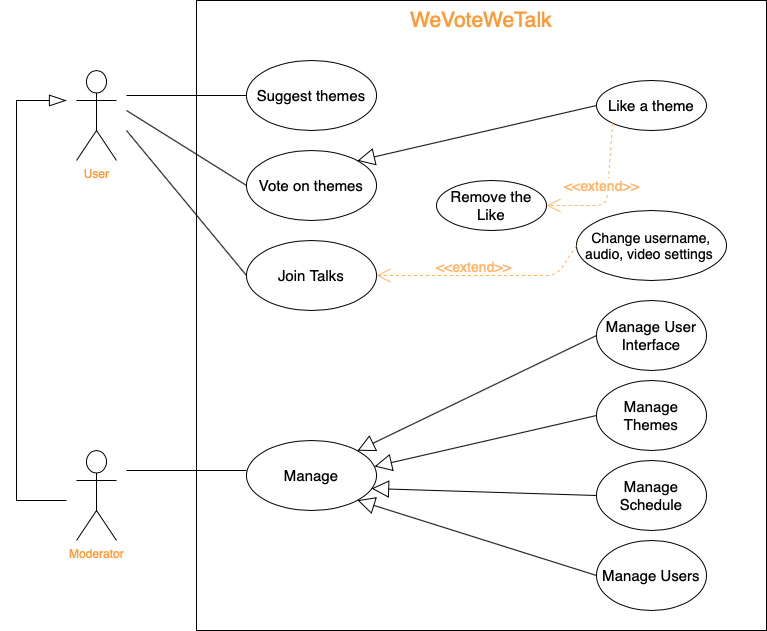
Before: docs/images/use-cases-diagram.png, a diagram exported from draw.io (FEUP-ESOF-2020-21/open-cx-t5g1-wevotewetalk). Source tidied: cells renumbered, new cells last; positions are measured from the earlier drawing's top-left corner, leaving out a move shared by most shapes. The source it was exported from:
```xml
<mxGraphModel>
  <root>
    <mxCell id="0" />
    <mxCell id="1" parent="0" />
    <mxCell id="2" value="&lt;font color=&quot;#ff9933&quot;&gt;User&lt;/font&gt;" style="shape=umlActor;verticalLabelPosition=bottom;verticalAlign=top;html=1;" parent="1" vertex="1">
      <mxGeometry x="60" y="70" width="40" height="90" as="geometry" />
    </mxCell>
    <mxCell id="3" value="&lt;font color=&quot;#ff9933&quot;&gt;Moderator&lt;/font&gt;" style="shape=umlActor;verticalLabelPosition=bottom;verticalAlign=top;html=1;" parent="1" vertex="1">
      <mxGeometry x="60" y="450" width="40" height="90" as="geometry" />
    </mxCell>
    <mxCell id="4" style="rounded=0;whiteSpace=wrap;html=1;" parent="1" vertex="1">
      <mxGeometry x="180" width="570" height="630" as="geometry" />
    </mxCell>
    <mxCell id="5" value="WeVoteWeTalk&lt;br style=&quot;font-size: 21px;&quot;&gt;" style="text;html=1;strokeColor=none;fillColor=none;align=center;verticalAlign=middle;whiteSpace=wrap;rounded=0;fontSize=21;fontColor=#FF9933;" parent="1" vertex="1">
      <mxGeometry x="445" y="10" width="40" height="20" as="geometry" />
    </mxCell>
    <mxCell id="6" value="Suggest themes" style="ellipse;whiteSpace=wrap;html=1;fontSize=15;" parent="1" vertex="1">
      <mxGeometry x="230" y="60" width="130" height="70" as="geometry" />
    </mxCell>
    <mxCell id="7" value="Vote on themes" style="ellipse;whiteSpace=wrap;html=1;fontSize=15;" parent="1" vertex="1">
      <mxGeometry x="230" y="150" width="130" height="70" as="geometry" />
    </mxCell>
    <mxCell id="8" value="Join Talks" style="ellipse;whiteSpace=wrap;html=1;fontSize=15;" parent="1" vertex="1">
      <mxGeometry x="230" y="240" width="130" height="70" as="geometry" />
    </mxCell>
    <mxCell id="9" style="endArrow=none;html=1;fontSize=15;fontColor=#FF9933;entryX=0;entryY=0.5;entryDx=0;entryDy=0;" parent="1" edge="1" target="6">
      <mxGeometry relative="1" as="geometry">
        <mxPoint x="110" y="95" as="sourcePoint" />
      </mxGeometry>
    </mxCell>
    <mxCell id="10" style="endArrow=none;html=1;fontSize=15;fontColor=#FF9933;entryX=0;entryY=0.5;entryDx=0;entryDy=0;" parent="1" edge="1" target="7">
      <mxGeometry relative="1" as="geometry">
        <mxPoint x="110" y="110" as="sourcePoint" />
      </mxGeometry>
    </mxCell>
    <mxCell id="11" style="endArrow=none;html=1;fontSize=15;fontColor=#FF9933;entryX=0;entryY=0.5;entryDx=0;entryDy=0;" parent="1" edge="1" target="8">
      <mxGeometry relative="1" as="geometry">
        <mxPoint x="110" y="130" as="sourcePoint" />
      </mxGeometry>
    </mxCell>
    <mxCell id="12" style="endArrow=blockThin;html=1;fontSize=15;fontColor=#FF9933;endFill=0;rounded=0;endSize=15;" parent="1" edge="1">
      <mxGeometry relative="1" as="geometry">
        <mxPoint x="50" y="500" as="sourcePoint" />
        <mxPoint x="50" y="100" as="targetPoint" />
        <Array as="points">
          <mxPoint y="500" />
          <mxPoint y="270" />
          <mxPoint y="100" />
        </Array>
      </mxGeometry>
    </mxCell>
    <mxCell id="13" value="Manage" style="ellipse;whiteSpace=wrap;html=1;fontSize=15;" parent="1" vertex="1">
      <mxGeometry x="230" y="440" width="130" height="70" as="geometry" />
    </mxCell>
    <mxCell id="14" style="endArrow=none;html=1;fontSize=15;fontColor=#FF9933;entryX=0;entryY=0.5;entryDx=0;entryDy=0;" parent="1" edge="1">
      <mxGeometry relative="1" as="geometry">
        <mxPoint x="110" y="470" as="sourcePoint" />
        <mxPoint x="230" y="470" as="targetPoint" />
      </mxGeometry>
    </mxCell>
    <mxCell id="15" value="Manage Themes" style="ellipse;whiteSpace=wrap;html=1;fontSize=15;" parent="1" vertex="1">
      <mxGeometry x="580" y="380" width="110" height="70" as="geometry" />
    </mxCell>
    <mxCell id="16" value="Manage User Interface" style="ellipse;whiteSpace=wrap;html=1;fontSize=15;" parent="1" vertex="1">
      <mxGeometry x="580" y="300" width="110" height="70" as="geometry" />
    </mxCell>
    <mxCell id="17" value="Manage Schedule" style="ellipse;whiteSpace=wrap;html=1;fontSize=15;" parent="1" vertex="1">
      <mxGeometry x="580" y="460" width="110" height="70" as="geometry" />
    </mxCell>
    <mxCell id="18" value="Manage Users" style="ellipse;whiteSpace=wrap;html=1;fontSize=15;" parent="1" vertex="1">
      <mxGeometry x="580" y="540" width="110" height="70" as="geometry" />
    </mxCell>
    <mxCell id="19" style="endArrow=block;html=1;strokeWidth=1;fontSize=15;fontColor=#FF9933;entryX=1;entryY=0;entryDx=0;entryDy=0;exitX=0;exitY=0.5;exitDx=0;exitDy=0;endFill=0;startSize=6;endSize=15;" parent="1" edge="1" source="16" target="13">
      <mxGeometry relative="1" as="geometry" />
    </mxCell>
    <mxCell id="20" style="endArrow=block;html=1;strokeWidth=1;fontSize=15;fontColor=#FF9933;entryX=0.985;entryY=0.371;entryDx=0;entryDy=0;exitX=0;exitY=0.5;exitDx=0;exitDy=0;endFill=0;startSize=6;endSize=15;entryPerimeter=0;" parent="1" edge="1" source="15" target="13">
      <mxGeometry relative="1" as="geometry" />
    </mxCell>
    <mxCell id="21" style="endArrow=block;html=1;strokeWidth=1;fontSize=15;fontColor=#FF9933;entryX=0.962;entryY=0.686;entryDx=0;entryDy=0;exitX=0;exitY=0.5;exitDx=0;exitDy=0;endFill=0;startSize=6;endSize=15;entryPerimeter=0;" parent="1" edge="1" source="17" target="13">
      <mxGeometry relative="1" as="geometry" />
    </mxCell>
    <mxCell id="22" style="endArrow=block;html=1;strokeWidth=1;fontSize=15;fontColor=#FF9933;entryX=1;entryY=1;entryDx=0;entryDy=0;exitX=0;exitY=0.5;exitDx=0;exitDy=0;endFill=0;startSize=6;endSize=15;" parent="1" edge="1" source="18" target="13">
      <mxGeometry relative="1" as="geometry" />
    </mxCell>
    <mxCell id="23" value="Change username, audio, video settings&amp;nbsp;" style="ellipse;whiteSpace=wrap;html=1;fontSize=14;labelPosition=center;verticalLabelPosition=middle;align=center;verticalAlign=middle;" parent="1" vertex="1">
      <mxGeometry x="560" y="210" width="150" height="70" as="geometry" />
    </mxCell>
    <mxCell id="24" style="endArrow=open;dashed=1;html=1;strokeWidth=1;fontSize=14;strokeColor=#FFB366;exitX=0;exitY=0.5;exitDx=0;exitDy=0;endFill=0;endSize=12;entryX=1;entryY=0.5;entryDx=0;entryDy=0;" parent="1" edge="1" source="23" target="8">
      <mxGeometry relative="1" as="geometry">
        <Array as="points">
          <mxPoint x="540" y="275" />
        </Array>
      </mxGeometry>
    </mxCell>
    <mxCell id="25" value="&amp;lt;&amp;lt;extend&amp;gt;&amp;gt;" style="edgeLabel;html=1;align=center;verticalAlign=middle;fontSize=14;fontColor=#FFB366;" parent="24" vertex="1">
      <mxGeometry x="0.03" y="2" relative="1" as="geometry">
        <mxPoint x="-7.7" y="-11.8" as="offset" />
      </mxGeometry>
    </mxCell>
    <mxCell id="26" value="Like a theme" style="ellipse;whiteSpace=wrap;html=1;fontSize=15;" parent="1" vertex="1">
      <mxGeometry x="580" y="80" width="110" height="50" as="geometry" />
    </mxCell>
    <mxCell id="27" value="Remove the Like" style="ellipse;whiteSpace=wrap;html=1;fontSize=15;" parent="1" vertex="1">
      <mxGeometry x="420" y="180" width="110" height="50" as="geometry" />
    </mxCell>
    <mxCell id="28" style="endArrow=block;html=1;strokeWidth=1;fontSize=15;fontColor=#FF9933;entryX=1;entryY=0;entryDx=0;entryDy=0;exitX=0;exitY=0.5;exitDx=0;exitDy=0;endFill=0;startSize=6;endSize=15;" parent="1" edge="1" source="26" target="7">
      <mxGeometry relative="1" as="geometry" />
    </mxCell>
    <mxCell id="29" style="endArrow=open;dashed=1;html=1;strokeWidth=1;fontSize=14;strokeColor=#FFB366;exitX=0;exitY=1;exitDx=0;exitDy=0;endFill=0;endSize=12;entryX=1;entryY=0.5;entryDx=0;entryDy=0;" parent="1" edge="1" source="26" target="27">
      <mxGeometry relative="1" as="geometry">
        <Array as="points">
          <mxPoint x="590" y="205" />
        </Array>
      </mxGeometry>
    </mxCell>
    <mxCell id="30" value="&amp;lt;&amp;lt;extend&amp;gt;&amp;gt;" style="edgeLabel;html=1;align=center;verticalAlign=middle;fontSize=14;fontColor=#FFB366;" parent="29" vertex="1">
      <mxGeometry x="0.03" y="2" relative="1" as="geometry">
        <mxPoint x="-7.7" y="-11.8" as="offset" />
      </mxGeometry>
    </mxCell>
  </root>
</mxGraphModel>
```
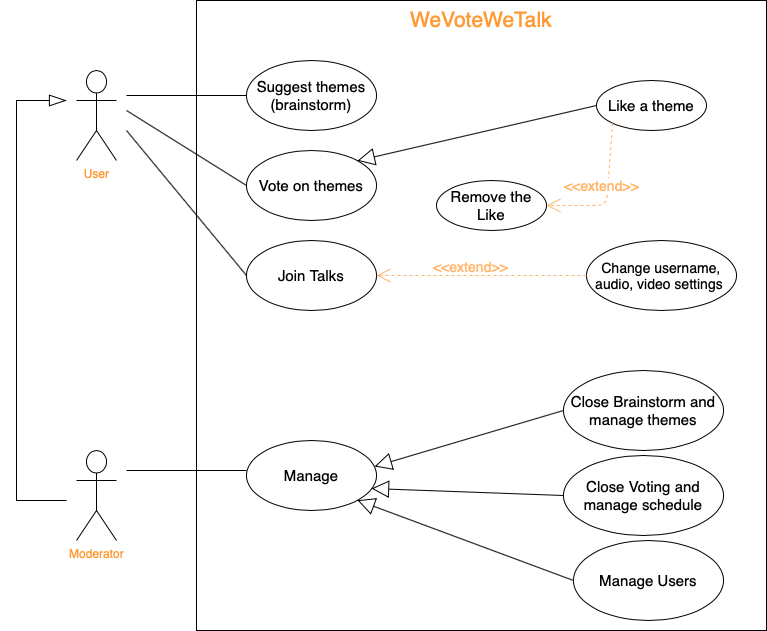
The same diagram one commit later.

Commit message:
Changes to use cases according to dashboard

Change to the diagram source:
```diff
@@ -8,82 +8,76 @@
     <mxCell id="3" value="&lt;font color=&quot;#ff9933&quot;&gt;Moderator&lt;/font&gt;" style="shape=umlActor;verticalLabelPosition=bottom;verticalAlign=top;html=1;" parent="1" vertex="1">
       <mxGeometry x="60" y="450" width="40" height="90" as="geometry" />
     </mxCell>
-    <mxCell id="4" style="rounded=0;whiteSpace=wrap;html=1;" parent="1" vertex="1">
-      <mxGeometry x="180" width="570" height="630" as="geometry" />
-    </mxCell>
+    <mxCell id="31" style="rounded=0;whiteSpace=wrap;html=1;" parent="1" vertex="1">
+      <mxGeometry x="180" width="570" height="630" as="geometry" />
+    </mxCell>
     <mxCell id="5" value="WeVoteWeTalk&lt;br style=&quot;font-size: 21px;&quot;&gt;" style="text;html=1;strokeColor=none;fillColor=none;align=center;verticalAlign=middle;whiteSpace=wrap;rounded=0;fontSize=21;fontColor=#FF9933;" parent="1" vertex="1">
       <mxGeometry x="445" y="10" width="40" height="20" as="geometry" />
     </mxCell>
-    <mxCell id="6" value="Suggest themes" style="ellipse;whiteSpace=wrap;html=1;fontSize=15;" parent="1" vertex="1">
-      <mxGeometry x="230" y="60" width="130" height="70" as="geometry" />
-    </mxCell>
+    <mxCell id="32" value="Suggest themes&lt;br&gt;(brainstorm)" style="ellipse;whiteSpace=wrap;html=1;fontSize=15;" parent="1" vertex="1">
+      <mxGeometry x="230" y="60" width="130" height="70" as="geometry" />
+    </mxCell>
     <mxCell id="7" value="Vote on themes" style="ellipse;whiteSpace=wrap;html=1;fontSize=15;" parent="1" vertex="1">
       <mxGeometry x="230" y="150" width="130" height="70" as="geometry" />
     </mxCell>
     <mxCell id="8" value="Join Talks" style="ellipse;whiteSpace=wrap;html=1;fontSize=15;" parent="1" vertex="1">
       <mxGeometry x="230" y="240" width="130" height="70" as="geometry" />
     </mxCell>
-    <mxCell id="9" style="endArrow=none;html=1;fontSize=15;fontColor=#FF9933;entryX=0;entryY=0.5;entryDx=0;entryDy=0;" parent="1" edge="1" target="6">
-      <mxGeometry relative="1" as="geometry">
-        <mxPoint x="110" y="95" as="sourcePoint" />
-      </mxGeometry>
-    </mxCell>
-    <mxCell id="10" style="endArrow=none;html=1;fontSize=15;fontColor=#FF9933;entryX=0;entryY=0.5;entryDx=0;entryDy=0;" parent="1" edge="1" target="7">
-      <mxGeometry relative="1" as="geometry">
-        <mxPoint x="110" y="110" as="sourcePoint" />
-      </mxGeometry>
-    </mxCell>
-    <mxCell id="11" style="endArrow=none;html=1;fontSize=15;fontColor=#FF9933;entryX=0;entryY=0.5;entryDx=0;entryDy=0;" parent="1" edge="1" target="8">
-      <mxGeometry relative="1" as="geometry">
-        <mxPoint x="110" y="130" as="sourcePoint" />
-      </mxGeometry>
-    </mxCell>
-    <mxCell id="12" style="endArrow=blockThin;html=1;fontSize=15;fontColor=#FF9933;endFill=0;rounded=0;endSize=15;" parent="1" edge="1">
-      <mxGeometry relative="1" as="geometry">
-        <mxPoint x="50" y="500" as="sourcePoint" />
-        <mxPoint x="50" y="100" as="targetPoint" />
-        <Array as="points">
-          <mxPoint y="500" />
-          <mxPoint y="270" />
-          <mxPoint y="100" />
-        </Array>
-      </mxGeometry>
-    </mxCell>
+    <mxCell id="33" style="endArrow=none;html=1;fontSize=15;fontColor=#FF9933;entryX=0;entryY=0.5;entryDx=0;entryDy=0;" parent="1" edge="1" target="32">
+      <mxGeometry relative="1" as="geometry">
+        <mxPoint x="110" y="95" as="sourcePoint" />
+      </mxGeometry>
+    </mxCell>
+    <mxCell id="34" style="endArrow=none;html=1;fontSize=15;fontColor=#FF9933;entryX=0;entryY=0.5;entryDx=0;entryDy=0;" parent="1" edge="1" target="7">
+      <mxGeometry relative="1" as="geometry">
+        <mxPoint x="110" y="110" as="sourcePoint" />
+      </mxGeometry>
+    </mxCell>
+    <mxCell id="35" style="endArrow=none;html=1;fontSize=15;fontColor=#FF9933;entryX=0;entryY=0.5;entryDx=0;entryDy=0;" parent="1" edge="1" target="8">
+      <mxGeometry relative="1" as="geometry">
+        <mxPoint x="110" y="130" as="sourcePoint" />
+      </mxGeometry>
+    </mxCell>
+    <mxCell id="36" style="endArrow=blockThin;html=1;fontSize=15;fontColor=#FF9933;endFill=0;rounded=0;endSize=15;" parent="1" edge="1">
+      <mxGeometry relative="1" as="geometry">
+        <mxPoint x="50" y="500" as="sourcePoint" />
+        <mxPoint x="50" y="100" as="targetPoint" />
+        <Array as="points">
+          <mxPoint y="500" />
+          <mxPoint y="270" />
+          <mxPoint y="100" />
+        </Array>
+      </mxGeometry>
+    </mxCell>
     <mxCell id="13" value="Manage" style="ellipse;whiteSpace=wrap;html=1;fontSize=15;" parent="1" vertex="1">
       <mxGeometry x="230" y="440" width="130" height="70" as="geometry" />
     </mxCell>
-    <mxCell id="14" style="endArrow=none;html=1;fontSize=15;fontColor=#FF9933;entryX=0;entryY=0.5;entryDx=0;entryDy=0;" parent="1" edge="1">
-      <mxGeometry relative="1" as="geometry">
-        <mxPoint x="110" y="470" as="sourcePoint" />
-        <mxPoint x="230" y="470" as="targetPoint" />
-      </mxGeometry>
-    </mxCell>
-    <mxCell id="15" value="Manage Themes" style="ellipse;whiteSpace=wrap;html=1;fontSize=15;" parent="1" vertex="1">
-      <mxGeometry x="580" y="380" width="110" height="70" as="geometry" />
-    </mxCell>
-    <mxCell id="16" value="Manage User Interface" style="ellipse;whiteSpace=wrap;html=1;fontSize=15;" parent="1" vertex="1">
-      <mxGeometry x="580" y="300" width="110" height="70" as="geometry" />
-    </mxCell>
-    <mxCell id="17" value="Manage Schedule" style="ellipse;whiteSpace=wrap;html=1;fontSize=15;" parent="1" vertex="1">
-      <mxGeometry x="580" y="460" width="110" height="70" as="geometry" />
-    </mxCell>
+    <mxCell id="37" style="endArrow=none;html=1;fontSize=15;fontColor=#FF9933;entryX=0;entryY=0.5;entryDx=0;entryDy=0;" parent="1" edge="1">
+      <mxGeometry relative="1" as="geometry">
+        <mxPoint x="110" y="470" as="sourcePoint" />
+        <mxPoint x="230" y="470" as="targetPoint" />
+      </mxGeometry>
+    </mxCell>
+    <mxCell id="38" value="Close Brainstorm and manage themes" style="ellipse;whiteSpace=wrap;html=1;fontSize=15;" parent="1" vertex="1">
+      <mxGeometry x="547" y="370" width="160" height="80" as="geometry" />
+    </mxCell>
+    <mxCell id="39" value="Close Voting and manage schedule" style="ellipse;whiteSpace=wrap;html=1;fontSize=15;" parent="1" vertex="1">
+      <mxGeometry x="547" y="455" width="160" height="80" as="geometry" />
+    </mxCell>
     <mxCell id="18" value="Manage Users" style="ellipse;whiteSpace=wrap;html=1;fontSize=15;" parent="1" vertex="1">
-      <mxGeometry x="580" y="540" width="110" height="70" as="geometry" />
+      <mxGeometry x="557" y="540" width="150" height="80" as="geometry" />
     </mxCell>
-    <mxCell id="19" style="endArrow=block;html=1;strokeWidth=1;fontSize=15;fontColor=#FF9933;entryX=1;entryY=0;entryDx=0;entryDy=0;exitX=0;exitY=0.5;exitDx=0;exitDy=0;endFill=0;startSize=6;endSize=15;" parent="1" edge="1" source="16" target="13">
-      <mxGeometry relative="1" as="geometry" />
-    </mxCell>
-    <mxCell id="20" style="endArrow=block;html=1;strokeWidth=1;fontSize=15;fontColor=#FF9933;entryX=0.985;entryY=0.371;entryDx=0;entryDy=0;exitX=0;exitY=0.5;exitDx=0;exitDy=0;endFill=0;startSize=6;endSize=15;entryPerimeter=0;" parent="1" edge="1" source="15" target="13">
-      <mxGeometry relative="1" as="geometry" />
-    </mxCell>
-    <mxCell id="21" style="endArrow=block;html=1;strokeWidth=1;fontSize=15;fontColor=#FF9933;entryX=0.962;entryY=0.686;entryDx=0;entryDy=0;exitX=0;exitY=0.5;exitDx=0;exitDy=0;endFill=0;startSize=6;endSize=15;entryPerimeter=0;" parent="1" edge="1" source="17" target="13">
-      <mxGeometry relative="1" as="geometry" />
-    </mxCell>
+    <mxCell id="40" style="endArrow=block;html=1;strokeWidth=1;fontSize=15;fontColor=#FF9933;entryX=0.985;entryY=0.371;entryDx=0;entryDy=0;exitX=0;exitY=0.5;exitDx=0;exitDy=0;endFill=0;startSize=6;endSize=15;entryPerimeter=0;" parent="1" edge="1" source="38" target="13">
+      <mxGeometry relative="1" as="geometry" />
+    </mxCell>
+    <mxCell id="41" style="endArrow=block;html=1;strokeWidth=1;fontSize=15;fontColor=#FF9933;entryX=0.962;entryY=0.686;entryDx=0;entryDy=0;exitX=0;exitY=0.5;exitDx=0;exitDy=0;endFill=0;startSize=6;endSize=15;entryPerimeter=0;" parent="1" edge="1" source="39" target="13">
+      <mxGeometry relative="1" as="geometry" />
+    </mxCell>
     <mxCell id="22" style="endArrow=block;html=1;strokeWidth=1;fontSize=15;fontColor=#FF9933;entryX=1;entryY=1;entryDx=0;entryDy=0;exitX=0;exitY=0.5;exitDx=0;exitDy=0;endFill=0;startSize=6;endSize=15;" parent="1" edge="1" source="18" target="13">
       <mxGeometry relative="1" as="geometry" />
     </mxCell>
     <mxCell id="23" value="Change username, audio, video settings&amp;nbsp;" style="ellipse;whiteSpace=wrap;html=1;fontSize=14;labelPosition=center;verticalLabelPosition=middle;align=center;verticalAlign=middle;" parent="1" vertex="1">
-      <mxGeometry x="560" y="210" width="150" height="70" as="geometry" />
+      <mxGeometry x="570" y="240" width="150" height="70" as="geometry" />
     </mxCell>
     <mxCell id="24" style="endArrow=open;dashed=1;html=1;strokeWidth=1;fontSize=14;strokeColor=#FFB366;exitX=0;exitY=0.5;exitDx=0;exitDy=0;endFill=0;endSize=12;entryX=1;entryY=0.5;entryDx=0;entryDy=0;" parent="1" edge="1" source="23" target="8">
       <mxGeometry relative="1" as="geometry">
@@ -92,11 +86,11 @@
         </Array>
       </mxGeometry>
     </mxCell>
-    <mxCell id="25" value="&amp;lt;&amp;lt;extend&amp;gt;&amp;gt;" style="edgeLabel;html=1;align=center;verticalAlign=middle;fontSize=14;fontColor=#FFB366;" parent="24" vertex="1">
-      <mxGeometry x="0.03" y="2" relative="1" as="geometry">
-        <mxPoint x="-7.7" y="-11.8" as="offset" />
-      </mxGeometry>
-    </mxCell>
+    <mxCell id="42" value="&amp;lt;&amp;lt;extend&amp;gt;&amp;gt;" style="edgeLabel;html=1;align=center;verticalAlign=middle;fontSize=14;fontColor=#FFB366;" parent="24" vertex="1">
+      <mxGeometry x="0.03" y="2" relative="1" as="geometry">
+        <mxPoint x="-7.7" y="-11.8" as="offset" />
+      </mxGeometry>
+    </mxCell>
     <mxCell id="26" value="Like a theme" style="ellipse;whiteSpace=wrap;html=1;fontSize=15;" parent="1" vertex="1">
       <mxGeometry x="580" y="80" width="110" height="50" as="geometry" />
     </mxCell>
@@ -113,10 +107,10 @@
         </Array>
       </mxGeometry>
     </mxCell>
-    <mxCell id="30" value="&amp;lt;&amp;lt;extend&amp;gt;&amp;gt;" style="edgeLabel;html=1;align=center;verticalAlign=middle;fontSize=14;fontColor=#FFB366;" parent="29" vertex="1">
-      <mxGeometry x="0.03" y="2" relative="1" as="geometry">
-        <mxPoint x="-7.7" y="-11.8" as="offset" />
-      </mxGeometry>
-    </mxCell>
+    <mxCell id="43" value="&amp;lt;&amp;lt;extend&amp;gt;&amp;gt;" style="edgeLabel;html=1;align=center;verticalAlign=middle;fontSize=14;fontColor=#FFB366;" parent="29" vertex="1">
+      <mxGeometry x="0.03" y="2" relative="1" as="geometry">
+        <mxPoint x="-7.7" y="-11.8" as="offset" />
+      </mxGeometry>
+    </mxCell>
   </root>
 </mxGraphModel>
```
